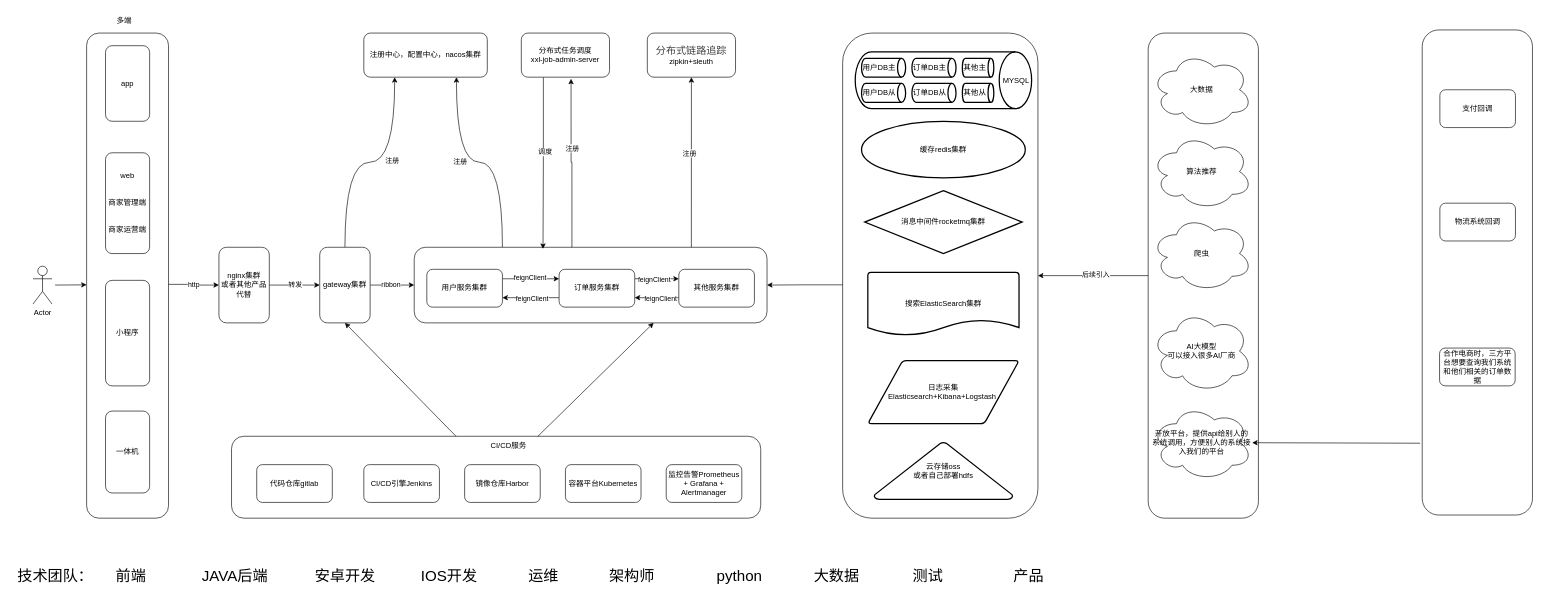
qq315882195/bird keeps this draw.io diagram as 系统架构图.drawio. Above is the earlier version. Source tidied: cells renumbered, new cells numbered last; positions are measured from the earlier drawing's top-left corner, leaving out a move shared by most shapes. Both pictures are drawn from the tidied source at 63%, with x=0, y=0 at pixel (11, 11).
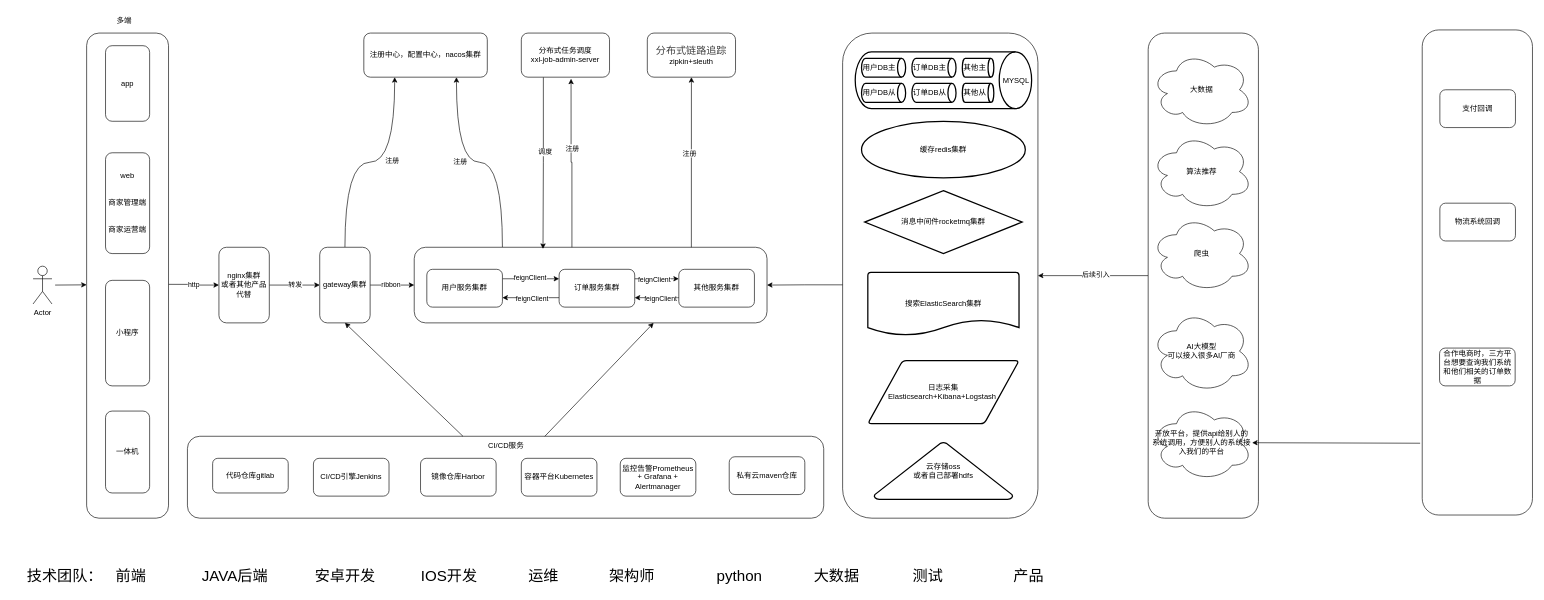
The same diagram, later.

Commit message:
更新系统架构图.drawio

Diff of the diagram source:
```diff
@@
     <mxCell id="35" style="rounded=1;whiteSpace=wrap;html=1;" parent="1" vertex="1">
-      <mxGeometry x="350" y="675" width="840" height="130" as="geometry" />
+      <mxGeometry x="280" y="675" width="1010" height="130" as="geometry" />
     </mxCell>
     <mxCell id="36" value="&lt;div data-lake_diagram_content_editor_data=&quot;true&quot;&gt;&lt;div data-lake_diagram_content_editor_data=&quot;true&quot;&gt;CI/CD引擎Jenkins&lt;/div&gt;&lt;/div&gt;" style="rounded=1;whiteSpace=wrap;html=1;" parent="1" vertex="1">
-      <mxGeometry x="560" y="720" width="120" height="60" as="geometry" />
+      <mxGeometry x="480" y="710" width="120" height="60" as="geometry" />
     </mxCell>
     <mxCell id="37" value="CI/CD服务" style="text;html=1;align=center;verticalAlign=middle;whiteSpace=wrap;rounded=0;" parent="1" vertex="1">
-      <mxGeometry x="760" y="675" width="60" height="30" as="geometry" />
+      <mxGeometry x="756" y="675" width="60" height="30" as="geometry" />
     </mxCell>
     <mxCell id="38" value="&lt;div data-lake_diagram_content_editor_data=&quot;true&quot;&gt;代码仓库gitlab&lt;/div&gt;" style="rounded=1;whiteSpace=wrap;html=1;" parent="1" vertex="1">
-      <mxGeometry x="390" y="720" width="120" height="60" as="geometry" />
+      <mxGeometry x="320" y="710" width="120" height="55" as="geometry" />
     </mxCell>
     <mxCell id="39" value="&lt;div data-lake_diagram_content_editor_data=&quot;true&quot;&gt;&lt;div data-lake_diagram_content_editor_data=&quot;true&quot;&gt;镜像仓库Harbor&lt;/div&gt;&lt;/div&gt;" style="rounded=1;whiteSpace=wrap;html=1;" parent="1" vertex="1">
-      <mxGeometry x="720" y="720" width="120" height="60" as="geometry" />
+      <mxGeometry x="650" y="710" width="120" height="60" as="geometry" />
     </mxCell>
     <mxCell id="40" value="&lt;div data-lake_diagram_content_editor_data=&quot;true&quot;&gt;&lt;div data-lake_diagram_content_editor_data=&quot;true&quot;&gt;容器平台Kubernetes&lt;/div&gt;&lt;/div&gt;" style="rounded=1;whiteSpace=wrap;html=1;" parent="1" vertex="1">
-      <mxGeometry x="880" y="720" width="120" height="60" as="geometry" />
+      <mxGeometry x="810" y="710" width="120" height="60" as="geometry" />
     </mxCell>
     <mxCell id="41" value="&lt;div data-lake_diagram_content_editor_data=&quot;true&quot;&gt;&lt;div data-lake_diagram_content_editor_data=&quot;true&quot;&gt;监控告警Prometheus + Grafana + Alertmanager&lt;/div&gt;&lt;/div&gt;" style="rounded=1;whiteSpace=wrap;html=1;" parent="1" vertex="1">
-      <mxGeometry x="1040" y="720" width="120" height="60" as="geometry" />
+      <mxGeometry x="967" y="710" width="120" height="60" as="geometry" />
     </mxCell>
@@
     <mxCell id="78" value="&lt;span style=&quot;font-size: 24px;&quot;&gt;技术团队：&lt;/span&gt;" style="text;html=1;align=center;verticalAlign=middle;strokeColor=none;fillColor=none;" parent="1" vertex="1">
-      <mxGeometry y="878" width="140" height="40" as="geometry" />
+      <mxGeometry x="15" y="878" width="140" height="40" as="geometry" />
     </mxCell>
@@
+    <mxCell id="92" value="&lt;div data-lake_diagram_content_editor_data=&quot;true&quot;&gt;&lt;div data-lake_diagram_content_editor_data=&quot;true&quot;&gt;私有云maven仓库&lt;/div&gt;&lt;/div&gt;" style="rounded=1;whiteSpace=wrap;html=1;" parent="1" vertex="1">
+      <mxGeometry x="1140" y="707.5" width="120" height="60" as="geometry" />
+    </mxCell>
```
